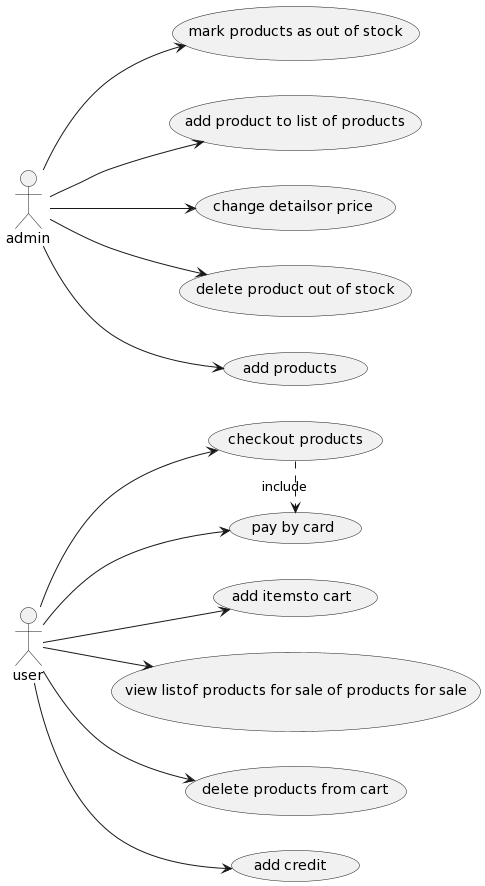
Earlier version of the PlantUML export other/usecasediagram1111.png (T-King-00/UML).
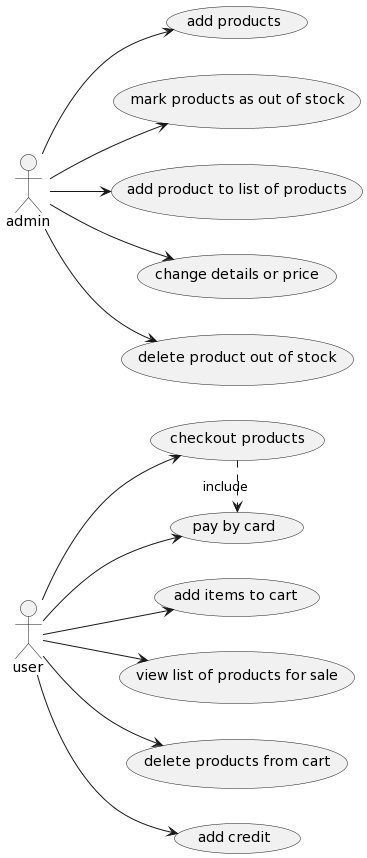
After the commit.

Commit message:
added prepp phrase , resolved use case bug in   if prepphrase!=None:                 if re.search ( prepphrase, usecase ):                     usecase = usecase                 else :

What changed in the source:
```diff
@@ -1,26 +1,26 @@
 @startuml
 left to right direction
+ usecase "add products"
+ :admin: --> (add products)
+ usecase "mark products as out of stock"
+ :admin: --> (mark products as out of stock)
+ usecase "add product to list of products"
+ :admin: --> (add product to list of products)
+ usecase "change details or price"
+ :admin: --> (change details or price)
+ usecase "delete product out of stock"
+ :admin: --> (delete product out of stock)
  usecase "pay by card"
  :user: --> (pay by card)
  usecase "checkout products"
  :user: --> (checkout products)
  (checkout products) .> (pay by card) : include
- usecase "add itemsto cart "
- :user: --> (add itemsto cart )
- usecase "view listof products for sale of products for sale"
- :user: --> (view listof products for sale of products for sale)
+ usecase "add items to cart"
+ :user: --> (add items to cart)
+ usecase "view list of products for sale"
+ :user: --> (view list of products for sale)
  usecase "delete products from cart"
  :user: --> (delete products from cart)
- usecase "add credit "
- :user: --> (add credit )
- usecase "mark products as out of stock"
- :admin: --> (mark products as out of stock)
- usecase "add product to list of products"
- :admin: --> (add product to list of products)
- usecase "change detailsor price "
- :admin: --> (change detailsor price )
- usecase "delete product out of stock"
- :admin: --> (delete product out of stock)
- usecase "add products "
- :admin: --> (add products )
+ usecase "add credit"
+ :user: --> (add credit)
 @enduml
```
